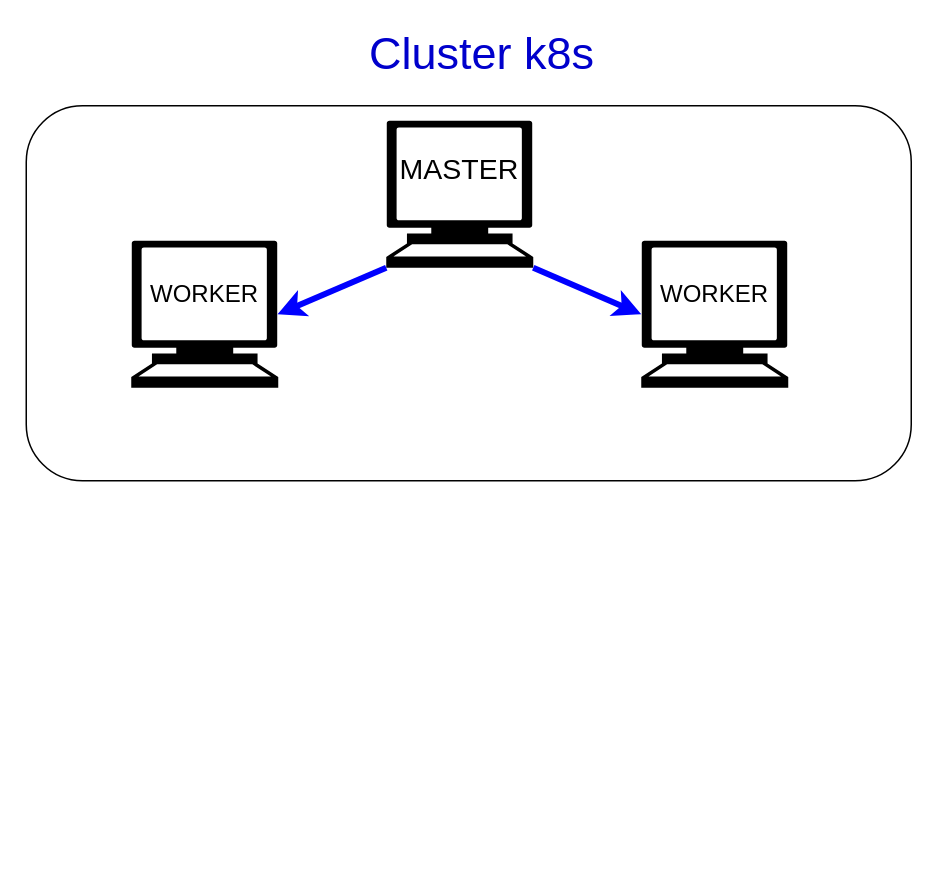
The draw.io diagram Untitled Diagram.drawio in bruno-andrad/akatsuki, before the edit. Source tidied: cells renumbered, new cells numbered last; positions are measured from the earlier drawing's top-left corner, leaving out a move shared by most shapes. Both pictures are drawn from the tidied source at 150%, with x=0, y=0 at pixel (26, 30).
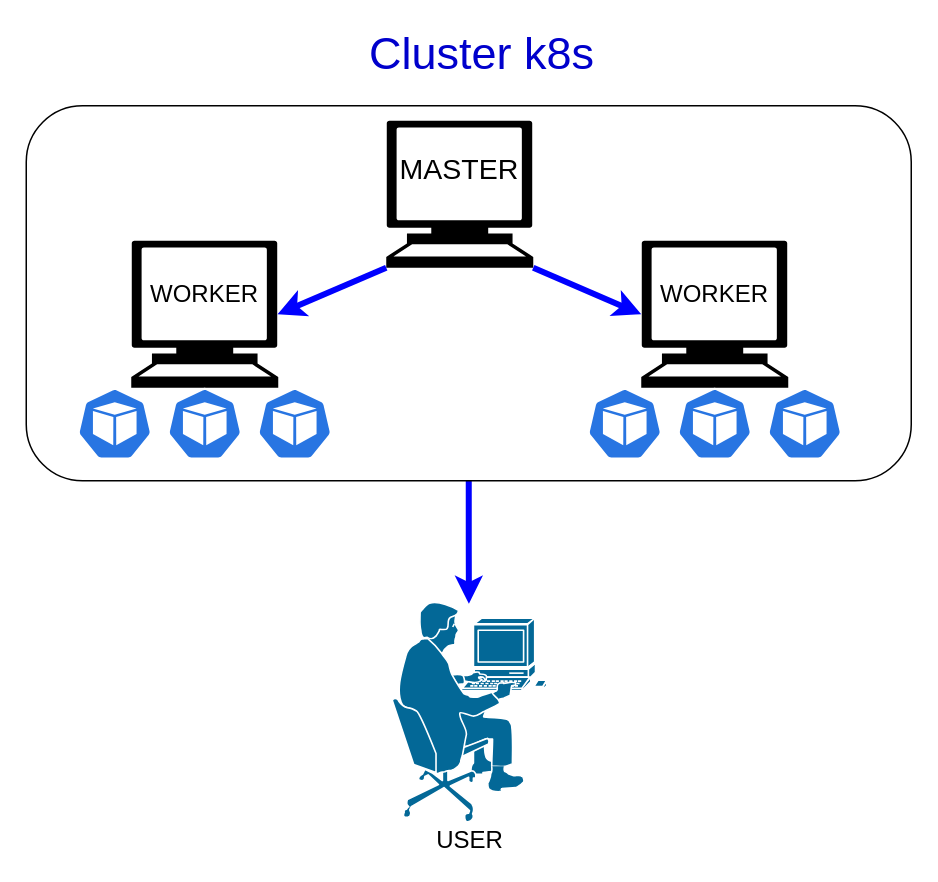
The same diagram, later.

The change refers to these unchanged cells:
```xml
<mxCell id="2" style="rounded=1;whiteSpace=wrap;html=1;shadow=0;glass=0;sketch=0;fillColor=none;" parent="1" vertex="1">
  <mxGeometry y="50" width="590" height="250" as="geometry" />
</mxCell>
```

Change to the diagram source:
```diff
@@
+    <mxCell id="12" style="edgeStyle=orthogonalEdgeStyle;rounded=0;jettySize=auto;html=1;exitX=0.5;exitY=1;exitDx=0;exitDy=0;strokeColor=#0000FF;strokeWidth=4;fontSize=19;fontColor=#000000;" parent="1" edge="1" source="2">
+      <mxGeometry relative="1" as="geometry">
+        <mxPoint x="295.1" y="382" as="targetPoint" />
+      </mxGeometry>
+    </mxCell>
@@
+    <mxCell id="13" style="html=1;dashed=0;whitespace=wrap;fillColor=#2875E2;strokeColor=#ffffff;shape=mxgraph.kubernetes.icon;prIcon=pod;shadow=0;glass=0;sketch=0;fontSize=19;fontColor=#000000;" parent="1" vertex="1">
+      <mxGeometry x="34" y="238" width="50" height="48" as="geometry" />
+    </mxCell>
+    <mxCell id="14" style="html=1;dashed=0;whitespace=wrap;fillColor=#2875E2;strokeColor=#ffffff;shape=mxgraph.kubernetes.icon;prIcon=pod;shadow=0;glass=0;sketch=0;fontSize=19;fontColor=#000000;" parent="1" vertex="1">
+      <mxGeometry x="94" y="238" width="50" height="48" as="geometry" />
+    </mxCell>
+    <mxCell id="15" style="html=1;dashed=0;whitespace=wrap;fillColor=#2875E2;strokeColor=#ffffff;shape=mxgraph.kubernetes.icon;prIcon=pod;shadow=0;glass=0;sketch=0;fontSize=19;fontColor=#000000;" parent="1" vertex="1">
+      <mxGeometry x="154" y="238" width="50" height="48" as="geometry" />
+    </mxCell>
+    <mxCell id="16" style="html=1;dashed=0;whitespace=wrap;fillColor=#2875E2;strokeColor=#ffffff;shape=mxgraph.kubernetes.icon;prIcon=pod;shadow=0;glass=0;sketch=0;fontSize=19;fontColor=#000000;" parent="1" vertex="1">
+      <mxGeometry x="374" y="238" width="50" height="48" as="geometry" />
+    </mxCell>
+    <mxCell id="17" style="html=1;dashed=0;whitespace=wrap;fillColor=#2875E2;strokeColor=#ffffff;shape=mxgraph.kubernetes.icon;prIcon=pod;shadow=0;glass=0;sketch=0;fontSize=19;fontColor=#000000;" parent="1" vertex="1">
+      <mxGeometry x="434" y="238" width="50" height="48" as="geometry" />
+    </mxCell>
+    <mxCell id="18" style="html=1;dashed=0;whitespace=wrap;fillColor=#2875E2;strokeColor=#ffffff;shape=mxgraph.kubernetes.icon;prIcon=pod;shadow=0;glass=0;sketch=0;fontSize=19;fontColor=#000000;" parent="1" vertex="1">
+      <mxGeometry x="494" y="238" width="50" height="48" as="geometry" />
+    </mxCell>
+    <mxCell id="19" style="shape=mxgraph.cisco.people.pc_man;html=1;dashed=0;fillColor=#036897;strokeColor=#ffffff;strokeWidth=2;verticalLabelPosition=bottom;verticalAlign=top;align=center;shadow=0;glass=0;sketch=0;fontSize=19;fontColor=#000000;" parent="1" vertex="1">
+      <mxGeometry x="244" y="380" width="104" height="149" as="geometry" />
+    </mxCell>
+    <mxCell id="20" value="&lt;span style=&quot;font-size: 16px&quot;&gt;USER&lt;/span&gt;" style="text;html=1;strokeColor=none;fillColor=none;align=center;verticalAlign=middle;whiteSpace=wrap;rounded=0;shadow=0;glass=0;sketch=0;fontSize=19;" parent="1" vertex="1">
+      <mxGeometry x="261" y="529" width="70" height="20" as="geometry" />
+    </mxCell>
```
